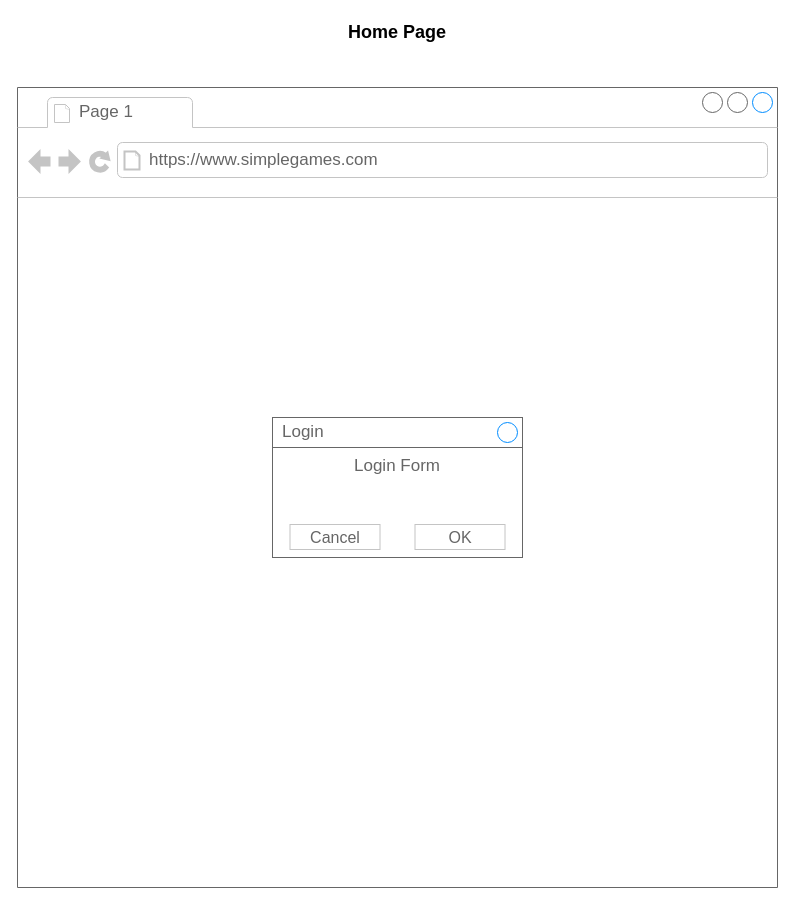
Before: page "Page-1" (1 of 3) of Simplegames.drawio in probablyanocelot/simplegames, a draw.io diagram. Source tidied: cells renumbered, new cells numbered last; positions are measured from the earlier drawing's top-left corner, leaving out a move shared by most shapes. Both pictures are drawn from the tidied source at 100%, with x=0, y=0 at pixel (17, 17).
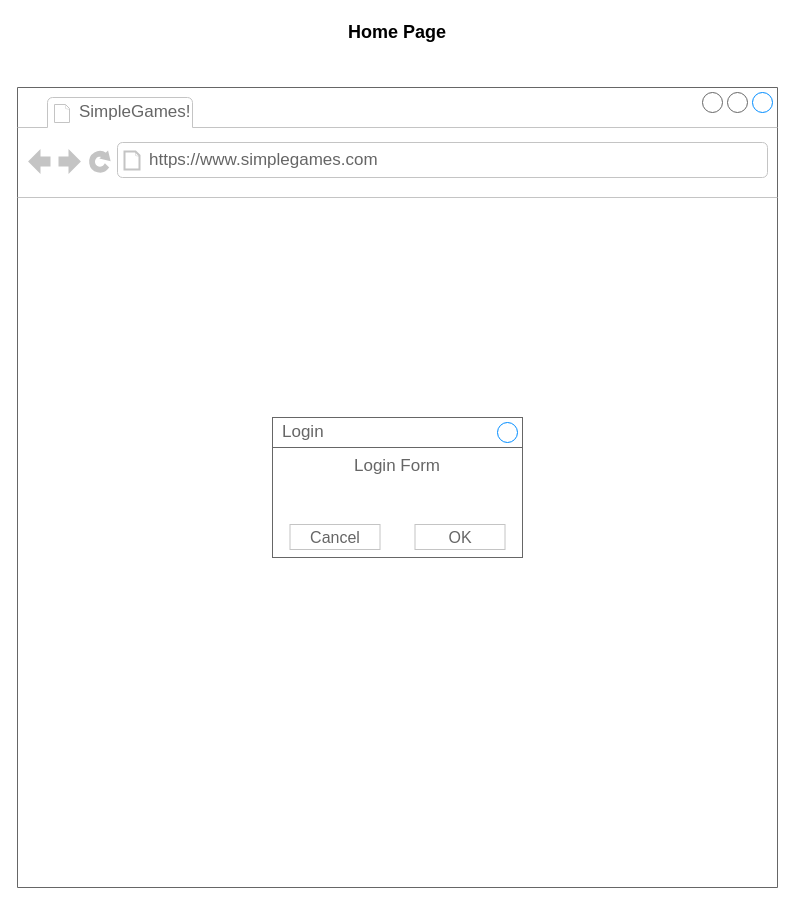
After the change.

What changed in the source:
```diff
@@
 <mxGraphModel>
   <root>
     <mxCell id="0" />
     <mxCell id="1" parent="0" />
     <mxCell id="2" style="strokeWidth=1;shadow=0;dashed=0;align=center;html=1;shape=mxgraph.mockup.containers.browserWindow;rSize=0;strokeColor=#666666;strokeColor2=#008cff;strokeColor3=#c4c4c4;mainText=,;" parent="1" vertex="1">
       <mxGeometry y="70" width="760" height="800" as="geometry" />
     </mxCell>
-    <mxCell id="3" value="Page 1" style="strokeWidth=1;shadow=0;dashed=0;align=center;html=1;shape=mxgraph.mockup.containers.anchor;fontSize=17;fontColor=#666666;align=left;whiteSpace=wrap;" parent="2" vertex="1">
+    <mxCell id="3" value="SimpleGames!" style="strokeWidth=1;shadow=0;dashed=0;align=center;html=1;shape=mxgraph.mockup.containers.anchor;fontSize=17;fontColor=#666666;align=left;whiteSpace=wrap;" parent="2" vertex="1">
       <mxGeometry x="60" y="12" width="110" height="26" as="geometry" />
     </mxCell>
     <mxCell id="4" value="https://www.simplegames.com" style="strokeWidth=1;shadow=0;dashed=0;align=center;html=1;shape=mxgraph.mockup.containers.anchor;rSize=0;fontSize=17;fontColor=#666666;align=left;" parent="2" vertex="1">
       <mxGeometry x="130" y="60" width="250" height="26" as="geometry" />
     </mxCell>
     <mxCell id="5" value="Login Form" style="strokeWidth=1;shadow=0;dashed=0;align=center;html=1;shape=mxgraph.mockup.containers.rrect;rSize=0;strokeColor=#666666;fontColor=#666666;fontSize=17;verticalAlign=top;whiteSpace=wrap;fillColor=#ffffff;spacingTop=32;" parent="2" vertex="1">
       <mxGeometry x="255" y="330" width="250" height="140" as="geometry" />
     </mxCell>
     <mxCell id="6" value="Login" style="strokeWidth=1;shadow=0;dashed=0;align=center;html=1;shape=mxgraph.mockup.containers.rrect;rSize=0;fontSize=17;fontColor=#666666;strokeColor=#666666;align=left;spacingLeft=8;fillColor=none;whiteSpace=wrap;" parent="5" vertex="1">
       <mxGeometry width="250" height="30" relative="1" as="geometry" />
     </mxCell>
     <mxCell id="7" style="shape=ellipse;strokeColor=#008cff;fillColor=none;html=1;" parent="6" vertex="1">
       <mxGeometry x="1" y="0.5" width="20" height="20" relative="1" as="geometry">
         <mxPoint x="-25" y="-10" as="offset" />
       </mxGeometry>
     </mxCell>
     <mxCell id="8" value="Cancel" style="strokeWidth=1;shadow=0;dashed=0;align=center;html=1;shape=mxgraph.mockup.containers.rrect;rSize=0;fontSize=16;fontColor=#666666;strokeColor=#c4c4c4;whiteSpace=wrap;fillColor=none;" parent="5" vertex="1">
       <mxGeometry x="0.25" y="1" width="90" height="25" relative="1" as="geometry">
         <mxPoint x="-45" y="-33" as="offset" />
       </mxGeometry>
     </mxCell>
     <mxCell id="9" value="OK" style="strokeWidth=1;shadow=0;dashed=0;align=center;html=1;shape=mxgraph.mockup.containers.rrect;rSize=0;fontSize=16;fontColor=#666666;strokeColor=#c4c4c4;whiteSpace=wrap;fillColor=none;" parent="5" vertex="1">
       <mxGeometry x="0.75" y="1" width="90" height="25" relative="1" as="geometry">
         <mxPoint x="-45" y="-33" as="offset" />
       </mxGeometry>
     </mxCell>
     <mxCell id="10" value="&lt;b&gt;&lt;font style=&quot;font-size: 18px;&quot;&gt;Home Page&lt;/font&gt;&lt;/b&gt;" style="text;html=1;align=center;verticalAlign=middle;whiteSpace=wrap;rounded=0;" parent="1" vertex="1">
       <mxGeometry width="760" height="30" as="geometry" />
     </mxCell>
   </root>
 </mxGraphModel>
```
